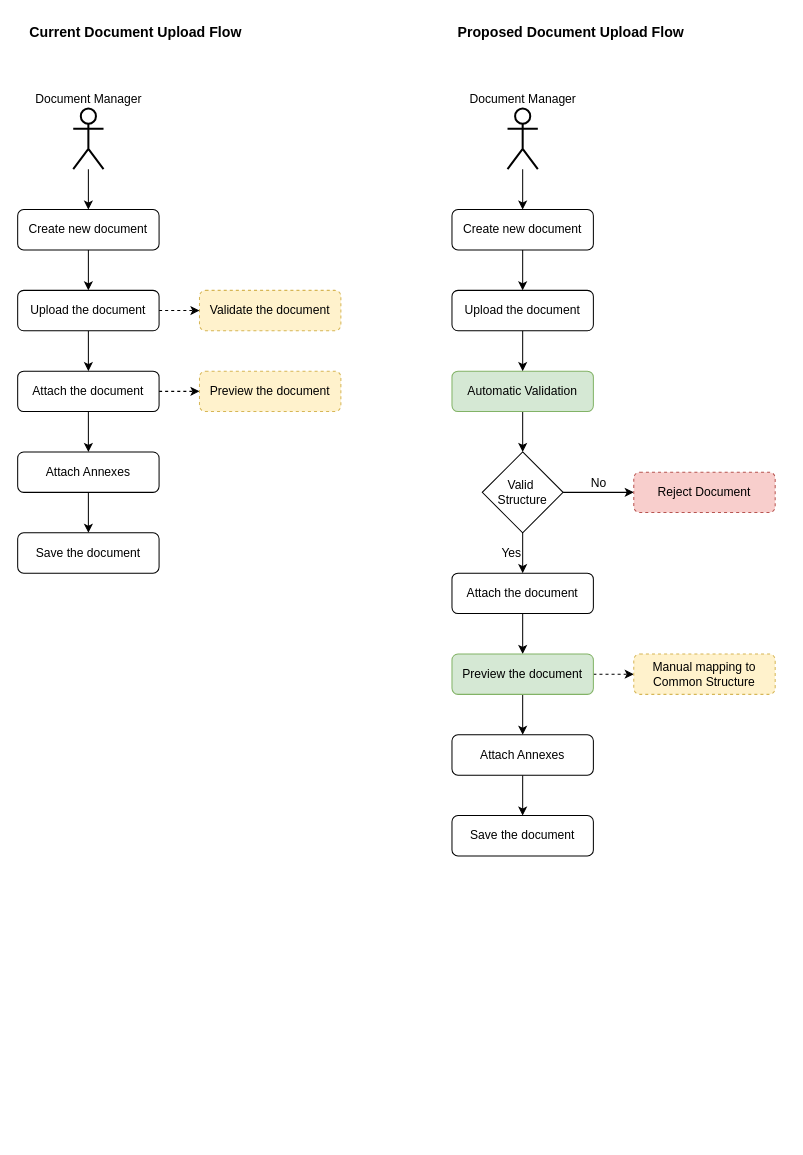
Earlier version of the draw.io diagram crq-25.drawio (mathudak/diagrams). Source tidied: cells renumbered, new cells numbered last; positions are measured from the earlier drawing's top-left corner, leaving out a move shared by most shapes. Both pictures are drawn from the tidied source at 101%, with x=0, y=0 at pixel (17, 17).
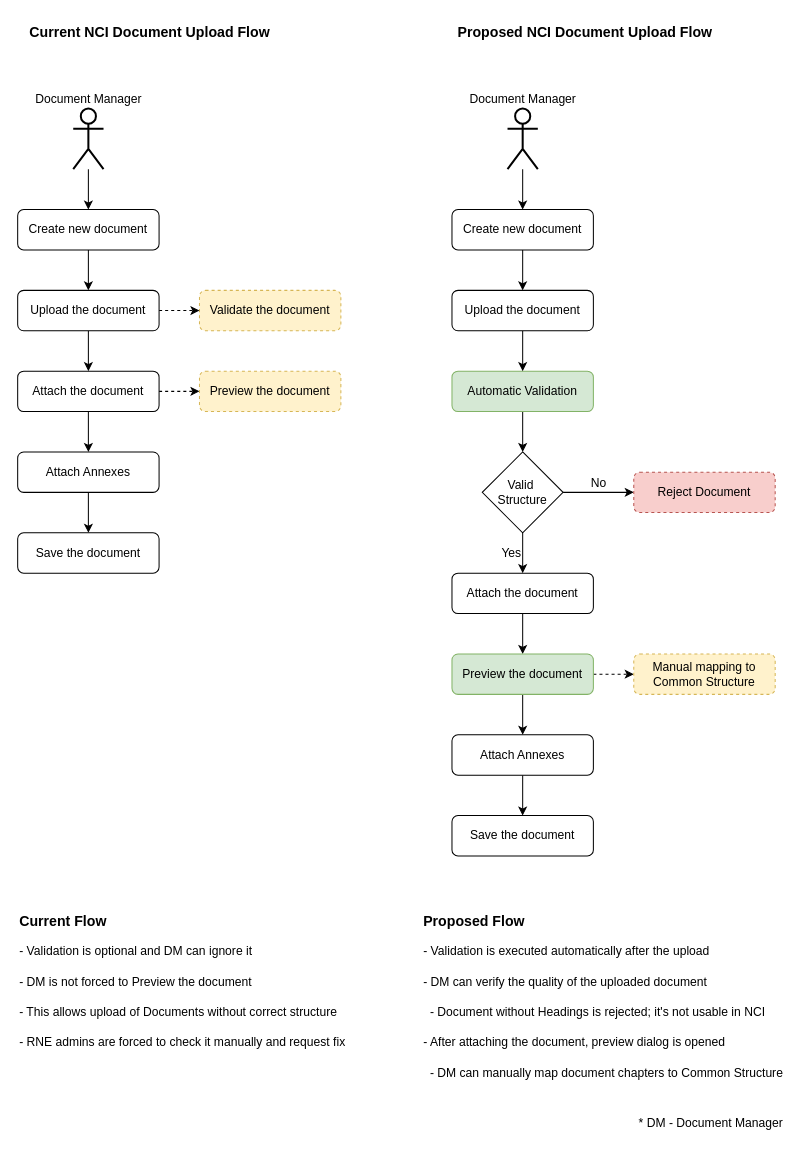
Above is the later version.

The change refers to these unchanged cells:
```xml
<mxCell id="2" style="group;" parent="1" vertex="1">
  <mxGeometry width="320" height="550" as="geometry" />
</mxCell>
```

Diff of the diagram source:
```diff
@@
-    <mxCell id="15" value="&lt;div align=&quot;left&quot;&gt;Current Document Upload Flow&lt;/div&gt;" style="text;html=1;whiteSpace=wrap;strokeColor=none;fillColor=none;align=left;verticalAlign=middle;rounded=0;fontStyle=1;fontSize=14;" parent="2" vertex="1">
+    <mxCell id="15" value="&lt;div align=&quot;left&quot;&gt;Current NCI Document Upload Flow&lt;/div&gt;" style="text;html=1;whiteSpace=wrap;strokeColor=none;fillColor=none;align=left;verticalAlign=middle;rounded=0;fontStyle=1;fontSize=14;" parent="2" vertex="1">
       <mxGeometry x="10" width="280" height="30" as="geometry" />
     </mxCell>
@@
-    <mxCell id="19" value="&lt;div align=&quot;left&quot;&gt;Proposed Document Upload Flow&lt;/div&gt;" style="text;html=1;whiteSpace=wrap;strokeColor=none;fillColor=none;align=left;verticalAlign=middle;rounded=0;fontStyle=1;fontSize=14;" parent="1" vertex="1">
+    <mxCell id="19" value="&lt;div align=&quot;left&quot;&gt;Proposed NCI Document Upload Flow&lt;/div&gt;" style="text;html=1;whiteSpace=wrap;strokeColor=none;fillColor=none;align=left;verticalAlign=middle;rounded=0;fontStyle=1;fontSize=14;" parent="1" vertex="1">
       <mxGeometry x="434" width="280" height="30" as="geometry" />
     </mxCell>
@@
+    <mxCell id="41" value="Current Flow" style="text;html=1;whiteSpace=wrap;strokeColor=none;fillColor=none;align=left;verticalAlign=middle;rounded=0;fontStyle=1;fontSize=14;" parent="1" vertex="1">
+      <mxGeometry y="880" width="360" height="30" as="geometry" />
+    </mxCell>
+    <mxCell id="42" value="- Validation is optional and DM can ignore it" style="text;html=1;whiteSpace=wrap;strokeColor=none;fillColor=none;align=left;verticalAlign=middle;rounded=0;" parent="1" vertex="1">
+      <mxGeometry y="910" width="360" height="30" as="geometry" />
+    </mxCell>
+    <mxCell id="43" value="- DM is not forced to Preview the document" style="text;html=1;whiteSpace=wrap;strokeColor=none;fillColor=none;align=left;verticalAlign=middle;rounded=0;" parent="1" vertex="1">
+      <mxGeometry y="940" width="360" height="30" as="geometry" />
+    </mxCell>
+    <mxCell id="44" value="- This allows upload of Documents without correct structure" style="text;html=1;whiteSpace=wrap;strokeColor=none;fillColor=none;align=left;verticalAlign=middle;rounded=0;" parent="1" vertex="1">
+      <mxGeometry y="970" width="360" height="30" as="geometry" />
+    </mxCell>
+    <mxCell id="45" value="- RNE admins are forced to check it manually and request fix" style="text;html=1;whiteSpace=wrap;strokeColor=none;fillColor=none;align=left;verticalAlign=middle;rounded=0;" parent="1" vertex="1">
+      <mxGeometry y="1000" width="360" height="30" as="geometry" />
+    </mxCell>
+    <mxCell id="46" value="Proposed Flow" style="text;html=1;whiteSpace=wrap;strokeColor=none;fillColor=none;align=left;verticalAlign=middle;rounded=0;fontStyle=1;fontSize=14;" parent="1" vertex="1">
+      <mxGeometry x="400" y="880" width="360" height="30" as="geometry" />
+    </mxCell>
+    <mxCell id="47" value="- Validation is executed automatically after the upload" style="text;html=1;whiteSpace=wrap;strokeColor=none;fillColor=none;align=left;verticalAlign=middle;rounded=0;" parent="1" vertex="1">
+      <mxGeometry x="400" y="910" width="360" height="30" as="geometry" />
+    </mxCell>
+    <mxCell id="48" value="- DM can verify the quality of the uploaded document" style="text;html=1;whiteSpace=wrap;strokeColor=none;fillColor=none;align=left;verticalAlign=middle;rounded=0;" parent="1" vertex="1">
+      <mxGeometry x="400" y="940" width="360" height="30" as="geometry" />
+    </mxCell>
+    <mxCell id="49" value="&amp;nbsp; - Document without Headings is rejected; it's not usable in NCI" style="text;html=1;whiteSpace=wrap;strokeColor=none;fillColor=none;align=left;verticalAlign=middle;rounded=0;" parent="1" vertex="1">
+      <mxGeometry x="400" y="970" width="360" height="30" as="geometry" />
+    </mxCell>
+    <mxCell id="50" value="- After attaching the document, preview dialog is opened" style="text;html=1;whiteSpace=wrap;strokeColor=none;fillColor=none;align=left;verticalAlign=middle;rounded=0;" parent="1" vertex="1">
+      <mxGeometry x="400" y="1000" width="360" height="30" as="geometry" />
+    </mxCell>
+    <mxCell id="51" value="&amp;nbsp; - DM can manually map document chapters to Common Structure" style="text;html=1;whiteSpace=wrap;strokeColor=none;fillColor=none;align=left;verticalAlign=middle;rounded=0;" parent="1" vertex="1">
+      <mxGeometry x="400" y="1030" width="360" height="30" as="geometry" />
+    </mxCell>
+    <mxCell id="52" value="* DM - Document Manager" style="text;html=1;whiteSpace=wrap;strokeColor=none;fillColor=none;align=right;verticalAlign=middle;rounded=0;" parent="1" vertex="1">
+      <mxGeometry x="400" y="1080" width="360" height="30" as="geometry" />
+    </mxCell>
```
